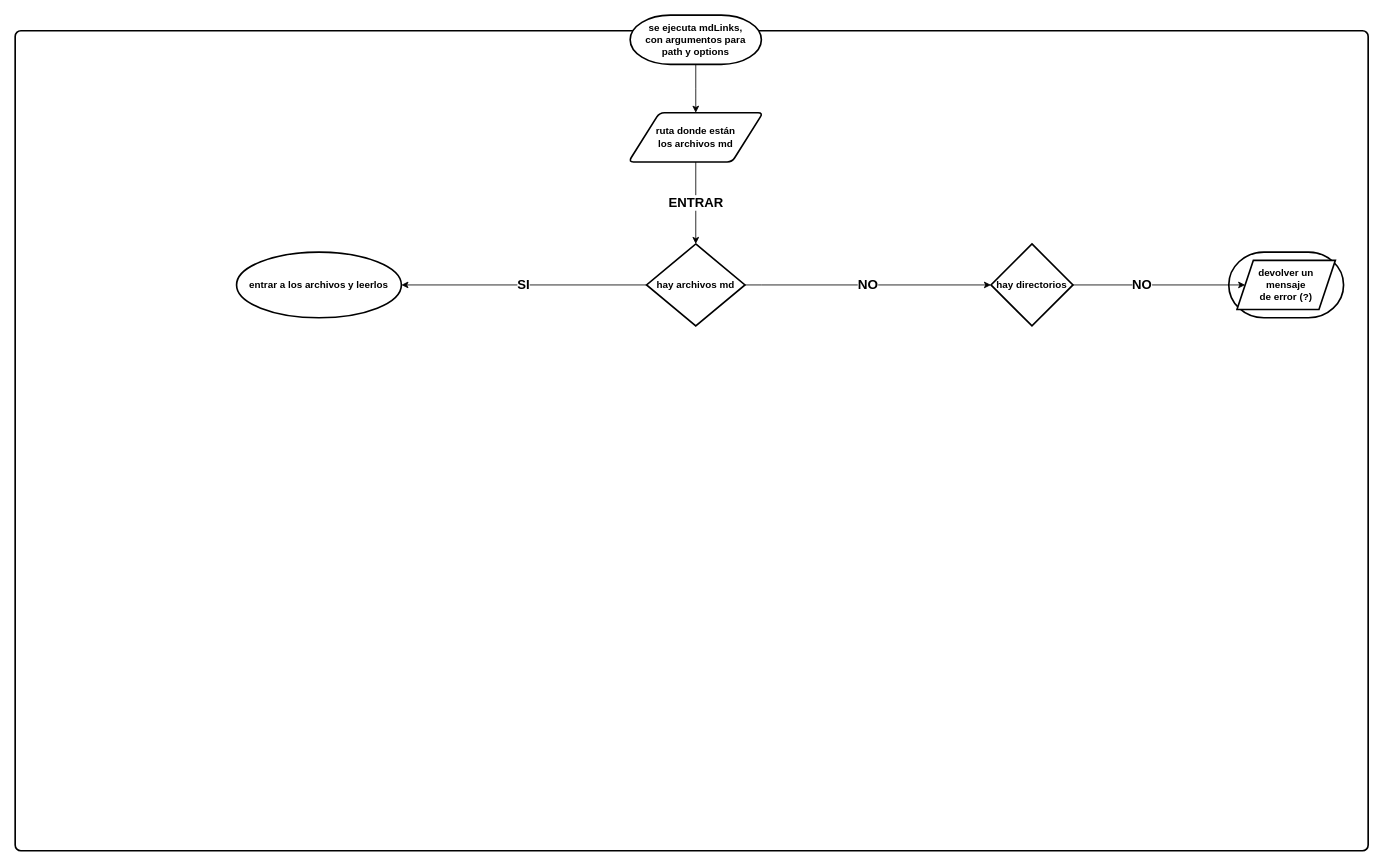
This is mdLinks-01.drawio from aringapoki/DEV002-cipher, a draw.io file, before an edit. Source tidied: cells renumbered, new cells numbered last; positions are measured from the earlier drawing's top-left corner, leaving out a move shared by most shapes. Both pictures are drawn from the tidied source at 82%, with x=0, y=0 at pixel (15, 15).
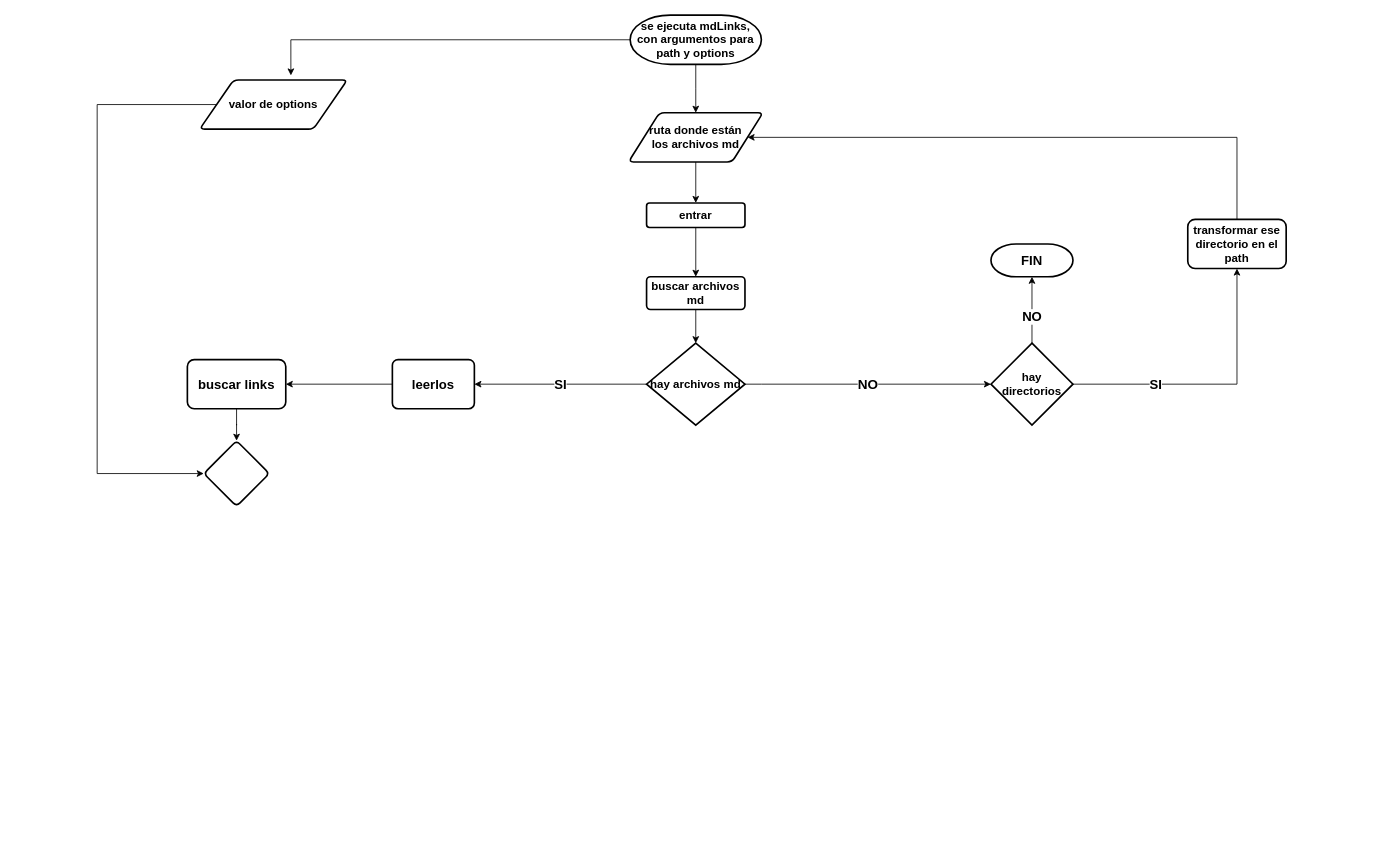
The same diagram, later.

What changed in the source:
```diff
@@
-    <mxCell id="2" style="rounded=1;whiteSpace=wrap;html=1;absoluteArcSize=1;arcSize=14;strokeWidth=2;fontFamily=Helvetica;fontSize=16;fillColor=none;" parent="1" vertex="1">
-      <mxGeometry y="19" width="1650" height="1000" as="geometry" />
-    </mxCell>
-    <mxCell id="3" style="strokeWidth=2;html=1;shape=mxgraph.flowchart.terminator;whiteSpace=wrap;fontFamily=Helvetica;" parent="1" vertex="1">
-      <mxGeometry x="1480" y="289" width="140" height="80" as="geometry" />
-    </mxCell>
@@
+    <mxCell id="15" style="edgeStyle=orthogonalEdgeStyle;rounded=0;jettySize=auto;html=1;entryX=0.618;entryY=-0.092;entryDx=0;entryDy=0;entryPerimeter=0;strokeColor=default;fontFamily=Helvetica;fontSize=16;" parent="1" edge="1" source="5" target="29">
+      <mxGeometry relative="1" as="geometry" />
+    </mxCell>
-    <mxCell id="5" value="&lt;div&gt;se ejecuta mdLinks,&lt;/div&gt;&lt;div&gt;con argumentos para&lt;/div&gt;&lt;div&gt;path y options&lt;br&gt;&lt;/div&gt;" style="strokeWidth=2;html=1;shape=mxgraph.flowchart.terminator;whiteSpace=wrap;fontStyle=1;" parent="1" vertex="1">
+    <mxCell id="5" value="&lt;div style=&quot;font-size: 14px;&quot;&gt;se ejecuta mdLinks,&lt;/div&gt;&lt;div style=&quot;font-size: 14px;&quot;&gt;con argumentos para&lt;/div&gt;&lt;div style=&quot;font-size: 14px;&quot;&gt;path y options&lt;br style=&quot;font-size: 14px;&quot;&gt;&lt;/div&gt;" style="strokeWidth=2;html=1;shape=mxgraph.flowchart.terminator;whiteSpace=wrap;fontStyle=1;fontSize=14;" parent="1" vertex="1">
       <mxGeometry x="750" width="160" height="60" as="geometry" />
     </mxCell>
-    <mxCell id="6" value="&lt;b style=&quot;font-size: 16px;&quot;&gt;ENTRAR&lt;/b&gt;" style="edgeStyle=orthogonalEdgeStyle;rounded=0;jettySize=auto;html=1;" parent="1" edge="1" source="7" target="11">
-      <mxGeometry relative="1" as="geometry" />
-    </mxCell>
+    <mxCell id="16" style="edgeStyle=orthogonalEdgeStyle;rounded=0;jettySize=auto;html=1;fontFamily=Helvetica;fontSize=16;" parent="1" edge="1" source="7" target="23">
+      <mxGeometry relative="1" as="geometry" />
+    </mxCell>
-    <mxCell id="7" value="&lt;div&gt;&lt;b&gt;ruta donde están&lt;/b&gt;&lt;/div&gt;&lt;div&gt;&lt;b&gt;los archivos md&lt;/b&gt;&lt;/div&gt;" style="shape=parallelogram;html=1;strokeWidth=2;perimeter=parallelogramPerimeter;whiteSpace=wrap;rounded=1;arcSize=12;size=0.23;" parent="1" vertex="1">
+    <mxCell id="7" value="&lt;div style=&quot;font-size: 14px;&quot;&gt;&lt;b style=&quot;font-size: 14px;&quot;&gt;ruta donde están&lt;/b&gt;&lt;/div&gt;&lt;div style=&quot;font-size: 14px;&quot;&gt;&lt;b style=&quot;font-size: 14px;&quot;&gt;los archivos md&lt;/b&gt;&lt;/div&gt;" style="shape=parallelogram;html=1;strokeWidth=2;perimeter=parallelogramPerimeter;whiteSpace=wrap;rounded=1;arcSize=12;size=0.23;fontSize=14;" parent="1" vertex="1">
       <mxGeometry x="748" y="119" width="164" height="60" as="geometry" />
     </mxCell>
-    <mxCell id="8" value="entrar a los archivos y leerlos" style="strokeWidth=2;html=1;shape=mxgraph.flowchart.start_1;whiteSpace=wrap;fontStyle=1;" parent="1" vertex="1">
-      <mxGeometry x="270" y="289" width="201" height="80" as="geometry" />
-    </mxCell>
     <mxCell id="9" value="&lt;h2&gt;NO&lt;br&gt;&lt;/h2&gt;" style="edgeStyle=orthogonalEdgeStyle;rounded=0;jettySize=auto;html=1;" parent="1" edge="1" source="11" target="13">
       <mxGeometry relative="1" as="geometry">
         <Array as="points">
-          <mxPoint x="910" y="329" />
-          <mxPoint x="910" y="329" />
+          <mxPoint x="910" y="450" />
+          <mxPoint x="910" y="450" />
         </Array>
       </mxGeometry>
     </mxCell>
-    <mxCell id="10" value="&lt;b&gt;SI&lt;/b&gt;" style="edgeStyle=orthogonalEdgeStyle;rounded=0;jettySize=auto;html=1;entryX=1;entryY=0.5;entryDx=0;entryDy=0;entryPerimeter=0;fontFamily=Helvetica;fontSize=16;" parent="1" edge="1" source="11" target="8">
+    <mxCell id="10" value="&lt;b&gt;SI&lt;/b&gt;" style="edgeStyle=orthogonalEdgeStyle;rounded=0;jettySize=auto;html=1;fontFamily=Helvetica;fontSize=16;" parent="1" edge="1" source="11" target="19">
       <mxGeometry relative="1" as="geometry" />
     </mxCell>
-    <mxCell id="11" value="hay archivos md" style="strokeWidth=2;html=1;shape=mxgraph.flowchart.decision;whiteSpace=wrap;fontStyle=1;" parent="1" vertex="1">
-      <mxGeometry x="770" y="279" width="120" height="100" as="geometry" />
+    <mxCell id="11" value="hay archivos md" style="strokeWidth=2;html=1;shape=mxgraph.flowchart.decision;whiteSpace=wrap;fontStyle=1;fontSize=14;" parent="1" vertex="1">
+      <mxGeometry x="770" y="400" width="120" height="100" as="geometry" />
     </mxCell>
-    <mxCell id="12" value="&lt;b style=&quot;font-size: 16px;&quot;&gt;NO&lt;/b&gt;" style="edgeStyle=orthogonalEdgeStyle;rounded=0;jettySize=auto;html=1;fontFamily=Helvetica;fontSize=16;" parent="1" edge="1" source="13" target="14">
+    <mxCell id="12" value="&lt;b style=&quot;font-size: 16px;&quot;&gt;NO&lt;/b&gt;" style="edgeStyle=orthogonalEdgeStyle;rounded=0;jettySize=auto;html=1;fontFamily=Helvetica;fontSize=16;" parent="1" edge="1" source="13" target="31">
       <mxGeometry x="-0.2" relative="1" as="geometry">
         <Array as="points">
-          <mxPoint x="1260" y="329" />
-          <mxPoint x="1260" y="329" />
+          <mxPoint x="1260" y="450" />
+          <mxPoint x="1260" y="450" />
         </Array>
       </mxGeometry>
     </mxCell>
+    <mxCell id="17" value="SI" style="edgeStyle=orthogonalEdgeStyle;rounded=0;jettySize=auto;html=1;fontFamily=Helvetica;fontSize=16;fontStyle=1;" parent="1" edge="1" source="13" target="27">
+      <mxGeometry x="-0.41" relative="1" as="geometry" />
+    </mxCell>
-    <mxCell id="13" value="&lt;b&gt;hay directorios&lt;/b&gt;" style="strokeWidth=2;html=1;shape=mxgraph.flowchart.decision;whiteSpace=wrap;fontFamily=Helvetica;" parent="1" vertex="1">
-      <mxGeometry x="1190" y="279" width="100" height="100" as="geometry" />
+    <mxCell id="13" value="&lt;b style=&quot;font-size: 14px;&quot;&gt;hay directorios&lt;/b&gt;" style="strokeWidth=2;html=1;shape=mxgraph.flowchart.decision;whiteSpace=wrap;fontFamily=Helvetica;fontSize=14;" parent="1" vertex="1">
+      <mxGeometry x="1190" y="400" width="100" height="100" as="geometry" />
     </mxCell>
-    <mxCell id="14" value="&lt;div&gt;&lt;b&gt;devolver un &lt;br&gt;&lt;/b&gt;&lt;/div&gt;&lt;div&gt;&lt;b&gt;mensaje&lt;/b&gt;&lt;/div&gt;&lt;div&gt;&lt;b&gt;de error (?)&lt;/b&gt;&lt;br&gt;&lt;/div&gt;" style="shape=parallelogram;perimeter=parallelogramPerimeter;whiteSpace=wrap;html=1;fixedSize=1;strokeWidth=2;" parent="1" vertex="1">
-      <mxGeometry x="1490" y="299" width="120" height="60" as="geometry" />
-    </mxCell>
+    <mxCell id="18" style="edgeStyle=orthogonalEdgeStyle;rounded=0;jettySize=auto;html=1;fontFamily=Helvetica;fontSize=16;" parent="1" edge="1" source="19" target="21">
+      <mxGeometry relative="1" as="geometry" />
+    </mxCell>
+    <mxCell id="19" value="&lt;b&gt;leerlos&lt;/b&gt;" style="rounded=1;whiteSpace=wrap;html=1;absoluteArcSize=1;arcSize=14;strokeWidth=2;fontFamily=Helvetica;fontSize=16;fillColor=none;" parent="1" vertex="1">
+      <mxGeometry x="460" y="420" width="100" height="60" as="geometry" />
+    </mxCell>
+    <mxCell id="20" style="edgeStyle=orthogonalEdgeStyle;rounded=0;jettySize=auto;html=1;entryX=0.5;entryY=0;entryDx=0;entryDy=0;strokeColor=default;fontFamily=Helvetica;fontSize=14;" parent="1" edge="1" source="21" target="30">
+      <mxGeometry relative="1" as="geometry" />
+    </mxCell>
+    <mxCell id="21" value="&lt;b&gt;buscar links&lt;br&gt;&lt;/b&gt;" style="rounded=1;whiteSpace=wrap;html=1;fontSize=16;fillColor=none;arcSize=14;strokeWidth=2;" parent="1" vertex="1">
+      <mxGeometry x="210" y="420" width="120" height="60" as="geometry" />
+    </mxCell>
+    <mxCell id="22" style="edgeStyle=orthogonalEdgeStyle;rounded=0;jettySize=auto;html=1;fontFamily=Helvetica;fontSize=16;" parent="1" edge="1" source="23" target="25">
+      <mxGeometry relative="1" as="geometry" />
+    </mxCell>
+    <mxCell id="23" value="entrar" style="rounded=1;whiteSpace=wrap;html=1;strokeWidth=2;arcSize=12;fontStyle=1;fontSize=14;" parent="1" vertex="1">
+      <mxGeometry x="770" y="229" width="120" height="30" as="geometry" />
+    </mxCell>
+    <mxCell id="24" style="edgeStyle=orthogonalEdgeStyle;rounded=0;jettySize=auto;html=1;fontFamily=Helvetica;fontSize=16;" parent="1" edge="1" source="25" target="11">
+      <mxGeometry relative="1" as="geometry" />
+    </mxCell>
+    <mxCell id="25" value="buscar archivos md" style="rounded=1;whiteSpace=wrap;html=1;strokeWidth=2;arcSize=12;fontStyle=1;fontSize=14;" parent="1" vertex="1">
+      <mxGeometry x="770" y="319" width="120" height="40" as="geometry" />
+    </mxCell>
+    <mxCell id="26" style="edgeStyle=orthogonalEdgeStyle;rounded=0;jettySize=auto;html=1;fontFamily=Helvetica;fontSize=16;strokeColor=default;" parent="1" edge="1" source="27" target="7">
+      <mxGeometry relative="1" as="geometry">
+        <Array as="points">
+          <mxPoint x="1490" y="149" />
+        </Array>
+      </mxGeometry>
+    </mxCell>
+    <mxCell id="27" value="&lt;b&gt;transformar ese directorio en el path&lt;br&gt;&lt;/b&gt;" style="rounded=1;whiteSpace=wrap;html=1;strokeWidth=2;fontSize=14;" parent="1" vertex="1">
+      <mxGeometry x="1430" y="249" width="120" height="60" as="geometry" />
+    </mxCell>
+    <mxCell id="28" style="edgeStyle=orthogonalEdgeStyle;rounded=0;jettySize=auto;html=1;strokeColor=default;fontFamily=Helvetica;fontSize=14;" parent="1" edge="1" source="29" target="30">
+      <mxGeometry relative="1" as="geometry">
+        <Array as="points">
+          <mxPoint x="100" y="109" />
+          <mxPoint x="100" y="559" />
+        </Array>
+      </mxGeometry>
+    </mxCell>
+    <mxCell id="29" value="valor de options" style="shape=parallelogram;html=1;strokeWidth=2;perimeter=parallelogramPerimeter;whiteSpace=wrap;rounded=1;arcSize=12;size=0.23;fontFamily=Helvetica;fontSize=14;fillColor=none;fontStyle=1;" parent="1" vertex="1">
+      <mxGeometry x="225" y="79" width="180" height="60" as="geometry" />
+    </mxCell>
+    <mxCell id="30" style="rhombus;whiteSpace=wrap;html=1;fontSize=14;fillColor=none;strokeWidth=2;rounded=1;arcSize=12;fontStyle=1;" parent="1" vertex="1">
+      <mxGeometry x="230" y="519" width="80" height="80" as="geometry" />
+    </mxCell>
+    <mxCell id="31" value="&lt;font style=&quot;font-size: 15px;&quot;&gt;&lt;font style=&quot;font-size: 16px;&quot;&gt;&lt;b&gt;FIN&lt;/b&gt;&lt;/font&gt;&lt;/font&gt;" style="strokeWidth=2;html=1;shape=mxgraph.flowchart.terminator;whiteSpace=wrap;fontFamily=Helvetica;fontSize=14;fillColor=none;" parent="1" vertex="1">
+      <mxGeometry x="1190" y="279" width="100" height="40" as="geometry" />
+    </mxCell>
```
